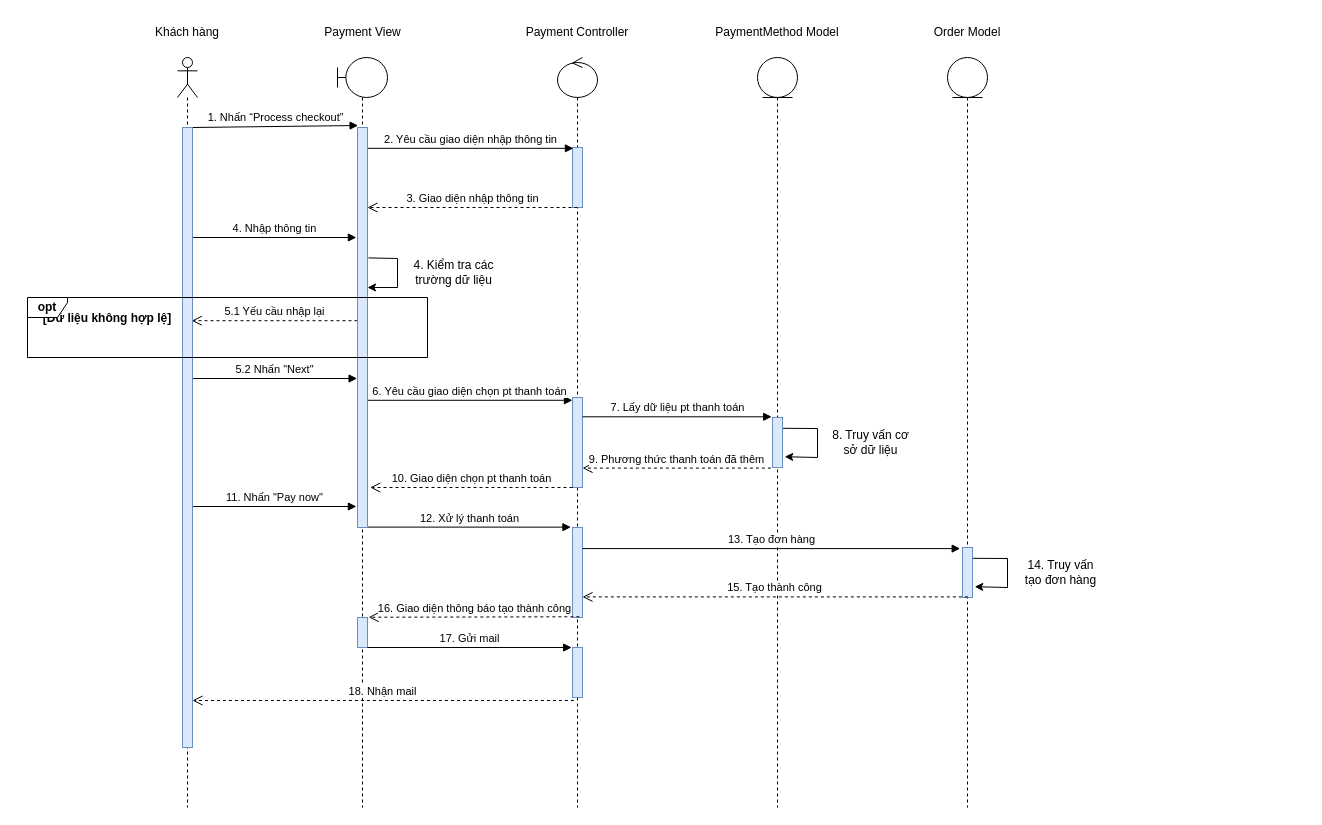
This is Nam3_HK1/CNPM_SoftTech/Sequence Diagrams/Minh Tuấn/SD_ThanhToan.drawio from EdgarIgnite16/SGU-Course, a draw.io file, before an edit. Source tidied: cells renumbered, new cells numbered last; positions are measured from the earlier drawing's top-left corner, leaving out a move shared by most shapes. Both pictures are drawn from the tidied source at 100%, with x=0, y=0 at pixel (27, 17).
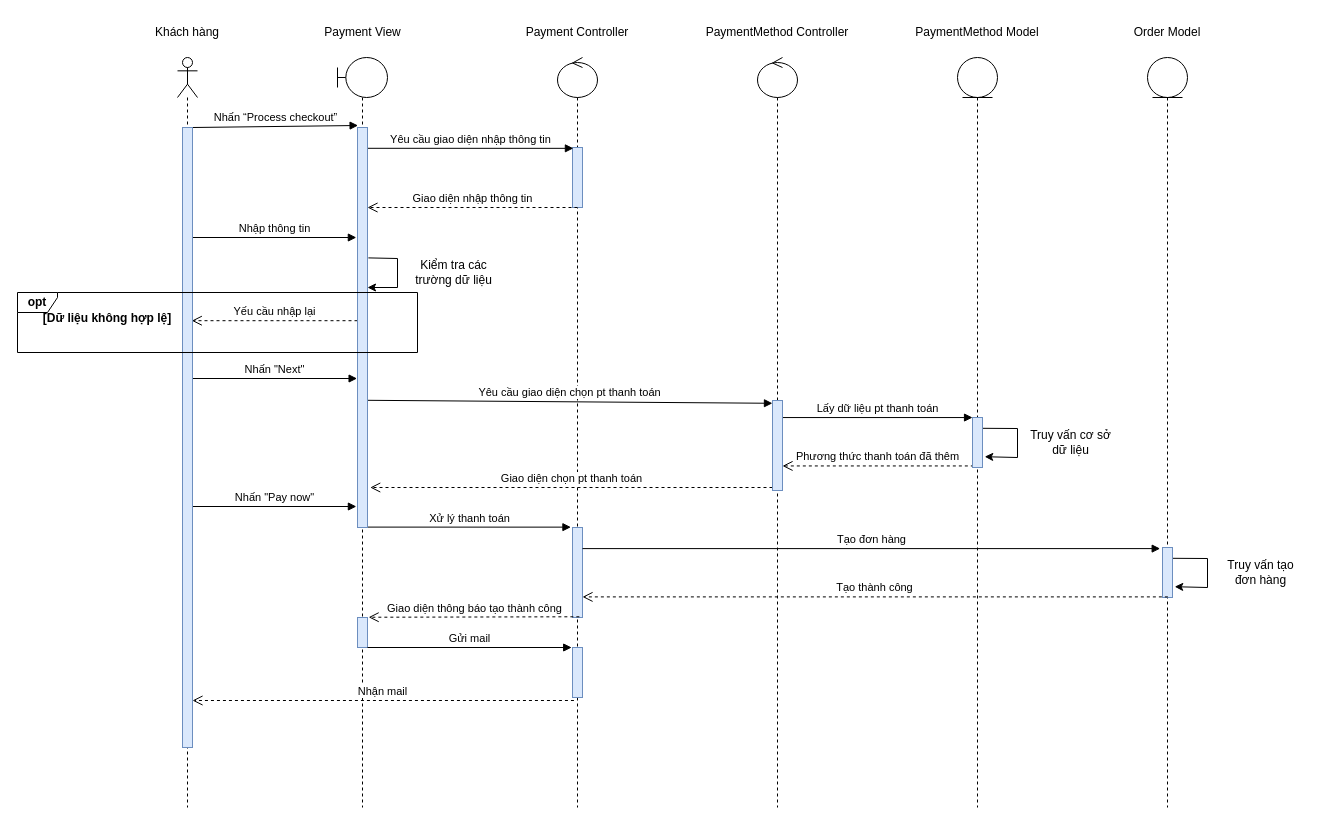
Above is the later version.

The change refers to these unchanged cells:
```xml
<mxCell id="4" style="html=1;points=[];perimeter=orthogonalPerimeter;fillColor=#dae8fc;strokeColor=#6c8ebf;" parent="2" vertex="1">
  <mxGeometry x="20" y="560" width="10" height="30" as="geometry" />
</mxCell>
<mxCell id="7" style="shape=umlLifeline;participant=umlControl;perimeter=lifelinePerimeter;whiteSpace=wrap;html=1;verticalAlign=top;spacingTop=36;" parent="1" vertex="1">
  <mxGeometry x="530" y="40" width="40" height="750" as="geometry" />
</mxCell>
<mxCell id="8" style="html=1;points=[];perimeter=orthogonalPerimeter;fillColor=#dae8fc;strokeColor=#6c8ebf;" parent="7" vertex="1">
  <mxGeometry x="15" y="90" width="10" height="60" as="geometry" />
</mxCell>
<mxCell id="10" style="html=1;points=[];perimeter=orthogonalPerimeter;fillColor=#dae8fc;strokeColor=#6c8ebf;" parent="7" vertex="1">
  <mxGeometry x="15" y="470" width="10" height="90" as="geometry" />
</mxCell>
<mxCell id="11" style="html=1;points=[];perimeter=orthogonalPerimeter;fillColor=#dae8fc;strokeColor=#6c8ebf;" parent="7" vertex="1">
  <mxGeometry x="15" y="590" width="10" height="50" as="geometry" />
</mxCell>
<mxCell id="41" style="html=1;points=[];perimeter=orthogonalPerimeter;fillColor=#dae8fc;strokeColor=#6c8ebf;" parent="1" vertex="1">
  <mxGeometry x="330" y="110" width="10" height="400" as="geometry" />
</mxCell>
<mxCell id="42" style="html=1;points=[];perimeter=orthogonalPerimeter;fillColor=#dae8fc;strokeColor=#6c8ebf;" parent="1" vertex="1">
  <mxGeometry x="155" y="110" width="10" height="620" as="geometry" />
</mxCell>
```

The edit, as a diff of the source:
```diff
@@
     <mxCell id="5" style="shape=umlLifeline;participant=umlEntity;perimeter=lifelinePerimeter;whiteSpace=wrap;html=1;verticalAlign=top;spacingTop=36;" parent="1" vertex="1">
-      <mxGeometry x="730" y="40" width="40" height="750" as="geometry" />
+      <mxGeometry x="930" y="40" width="40" height="750" as="geometry" />
     </mxCell>
@@
-    <mxCell id="9" style="html=1;points=[];perimeter=orthogonalPerimeter;fillColor=#dae8fc;strokeColor=#6c8ebf;" parent="7" vertex="1">
-      <mxGeometry x="15" y="340" width="10" height="90" as="geometry" />
-    </mxCell>
@@
     <mxCell id="16" value="PaymentMethod Model" style="text;html=1;strokeColor=none;fillColor=none;align=center;verticalAlign=middle;whiteSpace=wrap;rounded=0;" parent="1" vertex="1">
-      <mxGeometry x="680" width="140" height="30" as="geometry" />
+      <mxGeometry x="880" width="140" height="30" as="geometry" />
     </mxCell>
     <mxCell id="17" style="shape=umlLifeline;participant=umlEntity;perimeter=lifelinePerimeter;whiteSpace=wrap;html=1;verticalAlign=top;spacingTop=36;" parent="1" vertex="1">
-      <mxGeometry x="920" y="40" width="40" height="750" as="geometry" />
+      <mxGeometry x="1120" y="40" width="40" height="750" as="geometry" />
     </mxCell>
     <mxCell id="18" value="Order Model" style="text;html=1;strokeColor=none;fillColor=none;align=center;verticalAlign=middle;whiteSpace=wrap;rounded=0;" parent="1" vertex="1">
-      <mxGeometry x="895" width="90" height="30" as="geometry" />
+      <mxGeometry x="1095" width="90" height="30" as="geometry" />
     </mxCell>
-    <mxCell id="19" value="1. Nhấn “Process checkout”" style="html=1;verticalAlign=bottom;endArrow=block;rounded=0;entryX=0.059;entryY=-0.004;entryDx=0;entryDy=0;entryPerimeter=0;" parent="1" edge="1">
+    <mxCell id="19" value="Nhấn “Process checkout”" style="html=1;verticalAlign=bottom;endArrow=block;rounded=0;entryX=0.059;entryY=-0.004;entryDx=0;entryDy=0;entryPerimeter=0;" parent="1" edge="1">
       <mxGeometry relative="1" as="geometry">
         <mxPoint x="165" y="110" as="sourcePoint" />
         <mxPoint x="330.6" y="108" as="targetPoint" />
       </mxGeometry>
     </mxCell>
-    <mxCell id="20" value="2. Yêu cầu giao diện nhập thông tin" style="html=1;verticalAlign=bottom;endArrow=block;rounded=0;entryX=0.091;entryY=0.014;entryDx=0;entryDy=0;entryPerimeter=0;" parent="1" edge="1" target="8">
+    <mxCell id="20" value="Yêu cầu giao diện nhập thông tin" style="html=1;verticalAlign=bottom;endArrow=block;rounded=0;entryX=0.091;entryY=0.014;entryDx=0;entryDy=0;entryPerimeter=0;" parent="1" edge="1" target="8">
       <mxGeometry relative="1" as="geometry">
         <mxPoint x="340" y="130.8" as="sourcePoint" />
       </mxGeometry>
     </mxCell>
-    <mxCell id="21" value="3. Giao diện nhập thông tin" style="html=1;verticalAlign=bottom;endArrow=open;dashed=1;endSize=8;rounded=0;exitX=0.5;exitY=1;exitDx=0;exitDy=0;exitPerimeter=0;" parent="1" edge="1" source="8">
+    <mxCell id="21" value="Giao diện nhập thông tin" style="html=1;verticalAlign=bottom;endArrow=open;dashed=1;endSize=8;rounded=0;exitX=0.5;exitY=1;exitDx=0;exitDy=0;exitPerimeter=0;" parent="1" edge="1" source="8">
       <mxGeometry relative="1" as="geometry">
         <mxPoint x="340" y="190" as="targetPoint" />
       </mxGeometry>
     </mxCell>
-    <mxCell id="22" value="4. Nhập thông tin" style="html=1;verticalAlign=bottom;endArrow=block;rounded=0;entryX=-0.114;entryY=0.275;entryDx=0;entryDy=0;entryPerimeter=0;" parent="1" edge="1" target="41">
+    <mxCell id="22" value="Nhập thông tin" style="html=1;verticalAlign=bottom;endArrow=block;rounded=0;entryX=-0.114;entryY=0.275;entryDx=0;entryDy=0;entryPerimeter=0;" parent="1" edge="1" target="41">
       <mxGeometry relative="1" as="geometry">
         <mxPoint x="165" y="220" as="sourcePoint" />
       </mxGeometry>
     </mxCell>
-    <mxCell id="23" value="4. Kiểm tra các trường dữ liệu" style="text;html=1;strokeColor=none;fillColor=none;align=center;verticalAlign=middle;whiteSpace=wrap;rounded=0;" parent="1" vertex="1">
+    <mxCell id="23" value="Kiểm tra các trường dữ liệu" style="text;html=1;strokeColor=none;fillColor=none;align=center;verticalAlign=middle;whiteSpace=wrap;rounded=0;" parent="1" vertex="1">
       <mxGeometry x="383" y="240" width="87" height="30" as="geometry" />
     </mxCell>
-    <mxCell id="24" value="5.1 Yếu cầu nhập lại" style="html=1;verticalAlign=bottom;endArrow=open;dashed=1;endSize=8;rounded=0;entryX=0.93;entryY=0.411;entryDx=0;entryDy=0;entryPerimeter=0;" parent="1" edge="1">
+    <mxCell id="24" value="Yếu cầu nhập lại" style="html=1;verticalAlign=bottom;endArrow=open;dashed=1;endSize=8;rounded=0;entryX=0.93;entryY=0.411;entryDx=0;entryDy=0;entryPerimeter=0;" parent="1" edge="1">
       <mxGeometry relative="1" as="geometry">
         <mxPoint x="330" y="303.2" as="sourcePoint" />
         <mxPoint x="164.3" y="303.2" as="targetPoint" />
       </mxGeometry>
     </mxCell>
@@
-    <mxCell id="26" value="5.2 Nhấn &quot;Next&quot;" style="html=1;verticalAlign=bottom;endArrow=block;rounded=0;entryX=-0.037;entryY=0.502;entryDx=0;entryDy=0;entryPerimeter=0;" parent="1" edge="1">
+    <mxCell id="26" value="Nhấn &quot;Next&quot;" style="html=1;verticalAlign=bottom;endArrow=block;rounded=0;entryX=-0.037;entryY=0.502;entryDx=0;entryDy=0;entryPerimeter=0;" parent="1" edge="1">
       <mxGeometry relative="1" as="geometry">
         <mxPoint x="165" y="361" as="sourcePoint" />
         <mxPoint x="329.6" y="361" as="targetPoint" />
       </mxGeometry>
     </mxCell>
-    <mxCell id="27" value="6. Yêu cầu giao diện chọn pt thanh toán" style="html=1;verticalAlign=bottom;endArrow=block;rounded=0;entryX=-0.004;entryY=0.031;entryDx=0;entryDy=0;entryPerimeter=0;" parent="1" edge="1" target="9">
+    <mxCell id="27" value="Yêu cầu giao diện chọn pt thanh toán" style="html=1;verticalAlign=bottom;endArrow=block;rounded=0;entryX=-0.004;entryY=0.031;entryDx=0;entryDy=0;entryPerimeter=0;" parent="1" edge="1" target="9">
       <mxGeometry relative="1" as="geometry">
         <mxPoint x="340" y="382.8" as="sourcePoint" />
       </mxGeometry>
     </mxCell>
-    <mxCell id="28" value="7. Lấy dữ liệu pt thanh toán" style="html=1;verticalAlign=bottom;endArrow=block;rounded=0;entryX=-0.081;entryY=-0.009;entryDx=0;entryDy=0;entryPerimeter=0;" parent="1" edge="1" source="9">
-      <mxGeometry relative="1" as="geometry">
-        <mxPoint x="744.2" y="399.3" as="targetPoint" />
-      </mxGeometry>
+    <mxCell id="28" value="Lấy dữ liệu pt thanh toán" style="html=1;verticalAlign=bottom;endArrow=block;rounded=0;entryX=0.003;entryY=0.001;entryDx=0;entryDy=0;entryPerimeter=0;" parent="1" edge="1" source="9" target="32">
+      <mxGeometry relative="1" as="geometry" />
     </mxCell>
-    <mxCell id="29" value="9. Phương thức thanh toán đã thêm" style="html=1;verticalAlign=bottom;endArrow=open;dashed=1;endSize=8;rounded=0;exitX=-0.158;exitY=0.633;exitDx=0;exitDy=0;exitPerimeter=0;" parent="1" edge="1" target="9">
-      <mxGeometry relative="1" as="geometry">
-        <mxPoint x="743.4" y="450.6" as="sourcePoint" />
-      </mxGeometry>
+    <mxCell id="29" value="Phương thức thanh toán đã thêm" style="html=1;verticalAlign=bottom;endArrow=open;dashed=1;endSize=8;rounded=0;exitX=0.134;exitY=0.969;exitDx=0;exitDy=0;exitPerimeter=0;" parent="1" edge="1" source="32" target="9">
+      <mxGeometry relative="1" as="geometry" />
     </mxCell>
-    <mxCell id="30" value="8. Truy vấn cơ sở dữ liệu" style="text;html=1;strokeColor=none;fillColor=none;align=center;verticalAlign=middle;whiteSpace=wrap;rounded=0;" parent="1" vertex="1">
-      <mxGeometry x="800" y="410" width="87" height="30" as="geometry" />
+    <mxCell id="30" value="Truy vấn cơ sở dữ liệu" style="text;html=1;strokeColor=none;fillColor=none;align=center;verticalAlign=middle;whiteSpace=wrap;rounded=0;" parent="1" vertex="1">
+      <mxGeometry x="1000" y="410" width="87" height="30" as="geometry" />
     </mxCell>
-    <mxCell id="31" value="10. Giao diện chọn pt thanh toán" style="html=1;verticalAlign=bottom;endArrow=open;dashed=1;endSize=8;rounded=0;entryX=1.266;entryY=0.72;entryDx=0;entryDy=0;entryPerimeter=0;" parent="1" edge="1" source="9">
+    <mxCell id="31" value="Giao diện chọn pt thanh toán" style="html=1;verticalAlign=bottom;endArrow=open;dashed=1;endSize=8;rounded=0;entryX=1.266;entryY=0.72;entryDx=0;entryDy=0;entryPerimeter=0;" parent="1" edge="1" source="9">
       <mxGeometry relative="1" as="geometry">
         <mxPoint x="342.7" y="470" as="targetPoint" />
       </mxGeometry>
     </mxCell>
     <mxCell id="32" style="html=1;points=[];perimeter=orthogonalPerimeter;fillColor=#dae8fc;strokeColor=#6c8ebf;" parent="1" vertex="1">
-      <mxGeometry x="745" y="400" width="10" height="50" as="geometry" />
+      <mxGeometry x="945" y="400" width="10" height="50" as="geometry" />
     </mxCell>
-    <mxCell id="33" value="11. Nhấn &quot;Pay now&quot;" style="html=1;verticalAlign=bottom;endArrow=block;rounded=0;entryX=-0.114;entryY=0.758;entryDx=0;entryDy=0;entryPerimeter=0;" parent="1" edge="1">
+    <mxCell id="33" value="Nhấn &quot;Pay now&quot;" style="html=1;verticalAlign=bottom;endArrow=block;rounded=0;entryX=-0.114;entryY=0.758;entryDx=0;entryDy=0;entryPerimeter=0;" parent="1" edge="1">
       <mxGeometry relative="1" as="geometry">
         <mxPoint x="165" y="489" as="sourcePoint" />
         <mxPoint x="328.9" y="489" as="targetPoint" />
       </mxGeometry>
     </mxCell>
-    <mxCell id="34" value="12. Xử lý thanh toán" style="html=1;verticalAlign=bottom;endArrow=block;rounded=0;entryX=-0.158;entryY=-0.004;entryDx=0;entryDy=0;entryPerimeter=0;" parent="1" edge="1" target="10">
+    <mxCell id="34" value="Xử lý thanh toán" style="html=1;verticalAlign=bottom;endArrow=block;rounded=0;entryX=-0.158;entryY=-0.004;entryDx=0;entryDy=0;entryPerimeter=0;" parent="1" edge="1" target="10">
       <mxGeometry relative="1" as="geometry">
         <mxPoint x="340" y="509.6" as="sourcePoint" />
       </mxGeometry>
     </mxCell>
-    <mxCell id="35" value="13. Tạo đơn hàng" style="html=1;verticalAlign=bottom;endArrow=block;rounded=0;entryX=-0.231;entryY=0.022;entryDx=0;entryDy=0;entryPerimeter=0;" parent="1" edge="1" source="10" target="38">
+    <mxCell id="35" value="Tạo đơn hàng" style="html=1;verticalAlign=bottom;endArrow=block;rounded=0;entryX=-0.231;entryY=0.022;entryDx=0;entryDy=0;entryPerimeter=0;" parent="1" edge="1" source="10" target="38">
       <mxGeometry relative="1" as="geometry" />
     </mxCell>
     <mxCell id="36" style="endArrow=classic;html=1;rounded=0;exitX=0.915;exitY=0.135;exitDx=0;exitDy=0;exitPerimeter=0;entryX=1.222;entryY=0.49;entryDx=0;entryDy=0;entryPerimeter=0;" parent="1" edge="1">
       <mxGeometry relative="1" as="geometry">
-        <mxPoint x="944.2" y="540.8" as="sourcePoint" />
-        <mxPoint x="947.2" y="569.2" as="targetPoint" />
+        <mxPoint x="1144.2" y="540.8" as="sourcePoint" />
+        <mxPoint x="1147.2" y="569.2" as="targetPoint" />
         <Array as="points">
-          <mxPoint x="980" y="541" />
-          <mxPoint x="980" y="570" />
+          <mxPoint x="1180" y="541" />
+          <mxPoint x="1180" y="570" />
         </Array>
       </mxGeometry>
     </mxCell>
-    <mxCell id="37" value="14. Truy vấn tạo đơn hàng" style="text;html=1;strokeColor=none;fillColor=none;align=center;verticalAlign=middle;whiteSpace=wrap;rounded=0;" parent="1" vertex="1">
-      <mxGeometry x="990" y="540" width="87" height="30" as="geometry" />
+    <mxCell id="37" value="Truy vấn tạo đơn hàng" style="text;html=1;strokeColor=none;fillColor=none;align=center;verticalAlign=middle;whiteSpace=wrap;rounded=0;" parent="1" vertex="1">
+      <mxGeometry x="1190" y="540" width="87" height="30" as="geometry" />
     </mxCell>
     <mxCell id="38" style="html=1;points=[];perimeter=orthogonalPerimeter;fillColor=#dae8fc;strokeColor=#6c8ebf;" parent="1" vertex="1">
-      <mxGeometry x="935" y="530" width="10" height="50" as="geometry" />
+      <mxGeometry x="1135" y="530" width="10" height="50" as="geometry" />
     </mxCell>
-    <mxCell id="39" value="15. Tạo thành công" style="html=1;verticalAlign=bottom;endArrow=open;dashed=1;endSize=8;rounded=0;exitX=0.536;exitY=0.988;exitDx=0;exitDy=0;exitPerimeter=0;" parent="1" edge="1" source="38" target="10">
+    <mxCell id="39" value="Tạo thành công" style="html=1;verticalAlign=bottom;endArrow=open;dashed=1;endSize=8;rounded=0;exitX=0.536;exitY=0.988;exitDx=0;exitDy=0;exitPerimeter=0;" parent="1" edge="1" source="38" target="10">
       <mxGeometry relative="1" as="geometry" />
     </mxCell>
-    <mxCell id="40" value="16. Giao diện thông báo tạo thành công" style="html=1;verticalAlign=bottom;endArrow=open;dashed=1;endSize=8;rounded=0;exitX=0.685;exitY=0.992;exitDx=0;exitDy=0;exitPerimeter=0;entryX=1.112;entryY=-0.009;entryDx=0;entryDy=0;entryPerimeter=0;" parent="1" edge="1" source="10" target="4">
+    <mxCell id="40" value="Giao diện thông báo tạo thành công" style="html=1;verticalAlign=bottom;endArrow=open;dashed=1;endSize=8;rounded=0;exitX=0.685;exitY=0.992;exitDx=0;exitDy=0;exitPerimeter=0;entryX=1.112;entryY=-0.009;entryDx=0;entryDy=0;entryPerimeter=0;" parent="1" edge="1" source="10" target="4">
       <mxGeometry relative="1" as="geometry" />
     </mxCell>
@@
     <mxCell id="43" value="&lt;b&gt;opt&lt;/b&gt;" style="shape=umlFrame;whiteSpace=wrap;html=1;width=40;height=20;" parent="1" vertex="1">
-      <mxGeometry y="280" width="400" height="60" as="geometry" />
+      <mxGeometry x="-10" y="275" width="400" height="60" as="geometry" />
     </mxCell>
-    <mxCell id="44" value="17. Gửi mail" style="html=1;verticalAlign=bottom;endArrow=block;rounded=0;entryX=-0.081;entryY=0;entryDx=0;entryDy=0;entryPerimeter=0;" parent="1" edge="1" source="4" target="11">
+    <mxCell id="44" value="Gửi mail" style="html=1;verticalAlign=bottom;endArrow=block;rounded=0;entryX=-0.081;entryY=0;entryDx=0;entryDy=0;entryPerimeter=0;" parent="1" edge="1" source="4" target="11">
       <mxGeometry relative="1" as="geometry" />
     </mxCell>
-    <mxCell id="45" value="18. Nhận mail" style="html=1;verticalAlign=bottom;endArrow=open;dashed=1;endSize=8;rounded=0;exitX=0.145;exitY=1.06;exitDx=0;exitDy=0;exitPerimeter=0;" parent="1" edge="1" source="11" target="42">
+    <mxCell id="45" value="Nhận mail" style="html=1;verticalAlign=bottom;endArrow=open;dashed=1;endSize=8;rounded=0;exitX=0.145;exitY=1.06;exitDx=0;exitDy=0;exitPerimeter=0;" parent="1" edge="1" source="11" target="42">
       <mxGeometry relative="1" as="geometry" />
     </mxCell>
+    <mxCell id="46" style="shape=umlLifeline;participant=umlControl;perimeter=lifelinePerimeter;whiteSpace=wrap;html=1;verticalAlign=top;spacingTop=36;" parent="1" vertex="1">
+      <mxGeometry x="730" y="40" width="40" height="750" as="geometry" />
+    </mxCell>
+    <mxCell id="9" style="html=1;points=[];perimeter=orthogonalPerimeter;fillColor=#dae8fc;strokeColor=#6c8ebf;" parent="46" vertex="1">
+      <mxGeometry x="15" y="343" width="10" height="90" as="geometry" />
+    </mxCell>
+    <mxCell id="47" value="PaymentMethod Controller" style="text;html=1;strokeColor=none;fillColor=none;align=center;verticalAlign=middle;whiteSpace=wrap;rounded=0;" parent="1" vertex="1">
+      <mxGeometry x="665" width="170" height="30" as="geometry" />
+    </mxCell>
```
